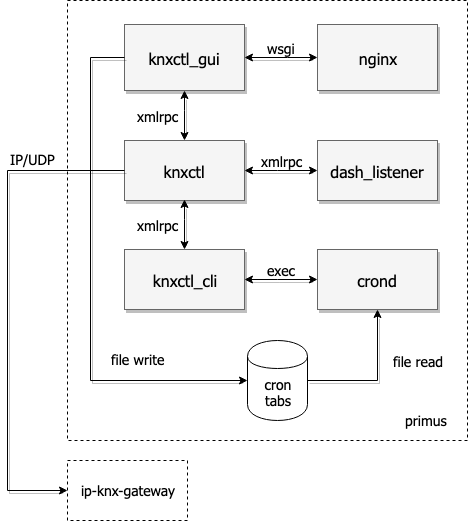
majes-github/knxctl keeps this draw.io diagram as knxctl.png. Above is the earlier version. Source tidied: cells renumbered, new cells last; positions are measured from the earlier drawing's top-left corner, leaving out a move shared by most shapes.
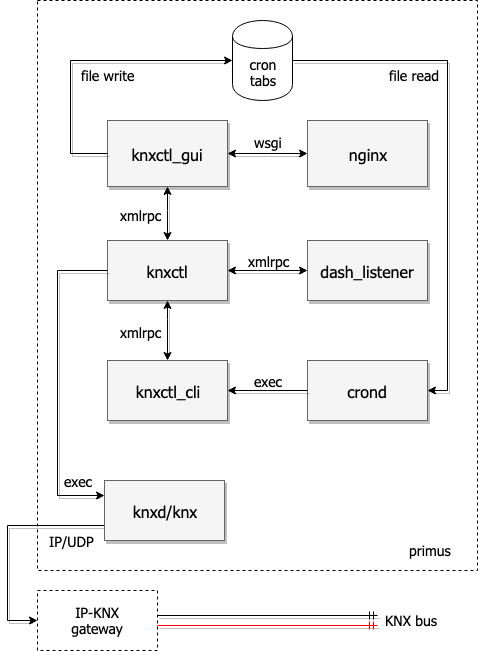
After the commit.

The edit, as a diff of the source:
```diff
@@ -3,28 +3,24 @@
     <mxCell id="0" style="html=1;" />
     <mxCell id="1" style="html=1;" parent="0" />
     <mxCell id="2" style="rounded=0;whiteSpace=wrap;html=1;fontFamily=Tahoma;fontSize=14;dashed=1;" parent="1" vertex="1">
-      <mxGeometry x="144" width="400" height="440" as="geometry" />
+      <mxGeometry x="134" y="-100" width="440" height="570" as="geometry" />
     </mxCell>
-    <mxCell id="3" style="edgeStyle=elbowEdgeStyle;rounded=0;html=1;startArrow=classic;startFill=1;jettySize=auto;fontSize=16;elbow=vertical;entryX=0;entryY=0.5;entryDx=0;entryDy=0;exitX=1;exitY=0.5;exitDx=0;exitDy=0;shadow=1;fontFamily=Tahoma;" parent="1" edge="1" source="5" target="7">
-      <mxGeometry relative="1" as="geometry">
-        <Array as="points">
-          <mxPoint x="364" y="57" />
-        </Array>
-      </mxGeometry>
+    <mxCell id="3" style="edgeStyle=elbowEdgeStyle;rounded=0;html=1;startArrow=classic;startFill=1;jettySize=auto;fontSize=16;elbow=vertical;shadow=1;fontFamily=Tahoma;entryX=0;entryY=0.5;entryDx=0;entryDy=0;exitX=1;exitY=0.5;exitDx=0;exitDy=0;" parent="1" edge="1" source="5" target="7">
+      <mxGeometry relative="1" as="geometry" />
     </mxCell>
     <mxCell id="4" value="wsgi" style="text;html=1;align=center;verticalAlign=middle;labelBackgroundColor=#ffffff;fontFamily=Tahoma;fontSize=14;" parent="3" vertex="1">
       <mxGeometry x="0.18" y="-37" relative="1" as="geometry">
-        <mxPoint x="-6.5" y="-47" as="offset" />
+        <mxPoint x="-6.5" y="-49" as="offset" />
       </mxGeometry>
     </mxCell>
     <mxCell id="5" value="knxctl_gui" style="whiteSpace=wrap;html=1;shadow=1;fontSize=16;fillColor=#f5f5f5;strokeColor=#666666;fontFamily=Tahoma;" parent="1" vertex="1">
-      <mxGeometry x="201" y="24" width="120" height="66" as="geometry" />
+      <mxGeometry x="204" y="20" width="120" height="66" as="geometry" />
     </mxCell>
     <mxCell id="6" value="knxctl" style="whiteSpace=wrap;html=1;shadow=1;fontSize=16;fillColor=#f5f5f5;strokeColor=#666666;fontFamily=Tahoma;" parent="1" vertex="1">
-      <mxGeometry x="201" y="140" width="120" height="60" as="geometry" />
+      <mxGeometry x="204" y="140" width="120" height="60" as="geometry" />
     </mxCell>
     <mxCell id="7" value="nginx" style="whiteSpace=wrap;html=1;shadow=1;fontSize=16;fillColor=#f5f5f5;strokeColor=#666666;fontFamily=Tahoma;" parent="1" vertex="1">
-      <mxGeometry x="394" y="24" width="120" height="66" as="geometry" />
+      <mxGeometry x="404" y="20" width="120" height="66" as="geometry" />
     </mxCell>
     <mxCell id="8" style="edgeStyle=elbowEdgeStyle;rounded=0;html=1;startArrow=classic;startFill=1;jettySize=auto;fontSize=16;elbow=vertical;entryX=0.5;entryY=0;entryDx=0;entryDy=0;exitX=0.5;exitY=1;exitDx=0;exitDy=0;shadow=1;fontFamily=Tahoma;" parent="1" edge="1" source="5" target="6">
       <mxGeometry relative="1" as="geometry">
@@ -40,11 +36,10 @@
       </mxGeometry>
     </mxCell>
     <mxCell id="10" value="knxctl_cli" style="whiteSpace=wrap;html=1;shadow=1;fontSize=16;fillColor=#f5f5f5;strokeColor=#666666;fontFamily=Tahoma;" parent="1" vertex="1">
-      <mxGeometry x="201" y="249" width="120" height="60" as="geometry" />
+      <mxGeometry x="204" y="260" width="120" height="60" as="geometry" />
     </mxCell>
-    <mxCell id="11" style="edgeStyle=elbowEdgeStyle;rounded=0;html=1;startArrow=classic;startFill=1;jettySize=auto;fontSize=16;elbow=vertical;entryX=0.5;entryY=0;entryDx=0;entryDy=0;shadow=1;fontFamily=Tahoma;" parent="1" edge="1" target="10">
+    <mxCell id="11" style="edgeStyle=elbowEdgeStyle;rounded=0;html=1;startArrow=classic;startFill=1;jettySize=auto;fontSize=16;elbow=vertical;shadow=1;fontFamily=Tahoma;entryX=0.5;entryY=0;entryDx=0;entryDy=0;exitX=0.5;exitY=1;exitDx=0;exitDy=0;" parent="1" edge="1" source="6" target="10">
       <mxGeometry relative="1" as="geometry">
-        <mxPoint x="261" y="199" as="sourcePoint" />
         <Array as="points">
           <mxPoint x="274" y="219" />
           <mxPoint x="374" y="176" />
@@ -57,17 +52,20 @@
       </mxGeometry>
     </mxCell>
     <mxCell id="13" value="&lt;font style=&quot;font-size: 16px&quot;&gt;dash_listener&lt;/font&gt;" style="whiteSpace=wrap;html=1;shadow=1;fontSize=16;fillColor=#f5f5f5;strokeColor=#666666;fontFamily=Tahoma;" parent="1" vertex="1">
-      <mxGeometry x="394" y="140" width="120" height="60" as="geometry" />
+      <mxGeometry x="404" y="140" width="120" height="60" as="geometry" />
     </mxCell>
     <mxCell id="14" value="crond" style="whiteSpace=wrap;html=1;shadow=1;fontSize=16;fillColor=#f5f5f5;strokeColor=#666666;fontFamily=Tahoma;" parent="1" vertex="1">
-      <mxGeometry x="394" y="249" width="120" height="60" as="geometry" />
+      <mxGeometry x="404" y="260" width="120" height="60" as="geometry" />
     </mxCell>
     <mxCell id="15" value="cron&lt;br&gt;tabs" style="shape=cylinder;whiteSpace=wrap;html=1;boundedLbl=1;backgroundOutline=1;fontFamily=Tahoma;fontSize=14;" parent="1" vertex="1">
-      <mxGeometry x="324" y="340" width="60" height="80" as="geometry" />
+      <mxGeometry x="329" y="-80" width="60" height="80" as="geometry" />
     </mxCell>
-    <mxCell id="16" style="edgeStyle=elbowEdgeStyle;rounded=0;html=1;startArrow=none;startFill=0;jettySize=auto;fontSize=16;elbow=vertical;entryX=0.5;entryY=1;entryDx=0;entryDy=0;shadow=1;fontFamily=Tahoma;exitX=1;exitY=0.5;exitDx=0;exitDy=0;" parent="1" edge="1" source="15" target="14">
+    <mxCell id="16" style="edgeStyle=elbowEdgeStyle;rounded=0;html=1;startArrow=none;startFill=0;jettySize=auto;fontSize=16;elbow=vertical;entryX=1;entryY=0.5;entryDx=0;entryDy=0;shadow=1;fontFamily=Tahoma;exitX=1;exitY=0.5;exitDx=0;exitDy=0;" parent="1" edge="1" source="15" target="14">
       <mxGeometry relative="1" as="geometry">
         <Array as="points">
+          <mxPoint x="544" y="140" />
+          <mxPoint x="544" y="410" />
+          <mxPoint x="534" y="370" />
           <mxPoint x="414" y="380" />
           <mxPoint x="577" y="186" />
         </Array>
@@ -75,7 +73,7 @@
     </mxCell>
     <mxCell id="17" value="file read" style="text;html=1;align=center;verticalAlign=middle;labelBackgroundColor=#ffffff;fontFamily=Tahoma;fontSize=14;" parent="16" vertex="1">
       <mxGeometry x="0.18" y="-37" relative="1" as="geometry">
-        <mxPoint x="3" y="-7" as="offset" />
+        <mxPoint x="3" y="-128" as="offset" />
       </mxGeometry>
     </mxCell>
     <mxCell id="18" style="edgeStyle=elbowEdgeStyle;rounded=0;html=1;startArrow=none;startFill=0;jettySize=auto;fontSize=16;elbow=vertical;entryX=0;entryY=0.5;entryDx=0;entryDy=0;shadow=1;fontFamily=Tahoma;exitX=0;exitY=0.5;exitDx=0;exitDy=0;" parent="1" edge="1" source="5" target="15">
@@ -88,11 +86,12 @@
     </mxCell>
     <mxCell id="19" value="file write" style="text;html=1;align=center;verticalAlign=middle;labelBackgroundColor=#ffffff;fontFamily=Tahoma;fontSize=14;" parent="18" vertex="1">
       <mxGeometry x="0.18" y="-37" relative="1" as="geometry">
-        <mxPoint x="84" y="32" as="offset" />
+        <mxPoint x="-5" y="-23" as="offset" />
       </mxGeometry>
     </mxCell>
-    <mxCell id="20" style="edgeStyle=elbowEdgeStyle;rounded=0;html=1;startArrow=classic;startFill=1;jettySize=auto;fontSize=16;elbow=vertical;entryX=0;entryY=0.5;entryDx=0;entryDy=0;shadow=1;fontFamily=Tahoma;exitX=1;exitY=0.5;exitDx=0;exitDy=0;" parent="1" edge="1" source="6" target="13">
+    <mxCell id="20" style="edgeStyle=elbowEdgeStyle;rounded=0;html=1;startArrow=classic;startFill=1;jettySize=auto;fontSize=16;elbow=vertical;shadow=1;fontFamily=Tahoma;exitX=1;exitY=0.5;exitDx=0;exitDy=0;" parent="1" edge="1" source="6">
       <mxGeometry relative="1" as="geometry">
+        <mxPoint x="404" y="170" as="targetPoint" />
         <Array as="points">
           <mxPoint x="354" y="170" />
           <mxPoint x="477" y="187" />
@@ -105,14 +104,22 @@
       </mxGeometry>
     </mxCell>
     <mxCell id="22" value="primus" style="text;html=1;align=left;verticalAlign=top;spacingTop=-4;fontSize=14;fontFamily=Tahoma;" parent="1" vertex="1">
-      <mxGeometry x="480" y="410" width="60" height="20" as="geometry" />
+      <mxGeometry x="504" y="440" width="60" height="20" as="geometry" />
     </mxCell>
+    <mxCell id="28" style="edgeStyle=orthogonalEdgeStyle;rounded=0;orthogonalLoop=1;jettySize=auto;html=1;exitX=1;exitY=0.25;exitDx=0;exitDy=0;shadow=1;startArrow=none;startFill=0;fontFamily=Tahoma;fontSize=14;endArrow=ERmandOne;endFill=0;" parent="1" edge="1">
+      <mxGeometry relative="1" as="geometry">
+        <mxPoint x="254" y="515" as="sourcePoint" />
+        <mxPoint x="474" y="515" as="targetPoint" />
+      </mxGeometry>
+    </mxCell>
-    <mxCell id="23" value="ip-knx-gateway" style="rounded=0;whiteSpace=wrap;html=1;dashed=1;fontFamily=Tahoma;fontSize=14;" parent="1" vertex="1">
-      <mxGeometry x="144" y="460" width="120" height="60" as="geometry" />
+    <mxCell id="23" value="IP-KNX&lt;br&gt;gateway" style="rounded=0;whiteSpace=wrap;html=1;dashed=1;fontFamily=Tahoma;fontSize=14;" parent="1" vertex="1">
+      <mxGeometry x="134" y="490" width="120" height="60" as="geometry" />
     </mxCell>
-    <mxCell id="24" style="edgeStyle=elbowEdgeStyle;rounded=0;html=1;startArrow=none;startFill=0;jettySize=auto;fontSize=16;elbow=vertical;entryX=0;entryY=0.5;entryDx=0;entryDy=0;shadow=1;fontFamily=Tahoma;exitX=0;exitY=0.5;exitDx=0;exitDy=0;" parent="1" edge="1" source="6" target="23">
+    <mxCell id="24" style="edgeStyle=elbowEdgeStyle;rounded=0;html=1;startArrow=none;startFill=0;jettySize=auto;fontSize=16;elbow=vertical;entryX=0;entryY=0.5;entryDx=0;entryDy=0;shadow=1;fontFamily=Tahoma;exitX=0;exitY=0.75;exitDx=0;exitDy=0;" parent="1" edge="1" source="31" target="23">
       <mxGeometry relative="1" as="geometry">
         <Array as="points">
+          <mxPoint x="104" y="470" />
+          <mxPoint x="44" y="340" />
           <mxPoint x="84" y="300" />
           <mxPoint x="94" y="450" />
           <mxPoint x="64" y="280" />
@@ -124,13 +131,14 @@
     </mxCell>
     <mxCell id="25" value="IP/UDP" style="text;html=1;align=center;verticalAlign=middle;labelBackgroundColor=#ffffff;fontFamily=Tahoma;fontSize=14;" parent="24" vertex="1">
       <mxGeometry x="0.18" y="-37" relative="1" as="geometry">
-        <mxPoint x="62" y="-188" as="offset" />
+        <mxPoint x="101" y="-19" as="offset" />
       </mxGeometry>
     </mxCell>
-    <mxCell id="26" style="edgeStyle=elbowEdgeStyle;rounded=0;html=1;startArrow=classic;startFill=1;jettySize=auto;fontSize=16;elbow=vertical;shadow=1;fontFamily=Tahoma;entryX=0;entryY=0.5;entryDx=0;entryDy=0;exitX=1;exitY=0.5;exitDx=0;exitDy=0;" parent="1" edge="1" source="10" target="14">
+    <mxCell id="26" style="edgeStyle=elbowEdgeStyle;rounded=0;html=1;startArrow=classic;startFill=1;jettySize=auto;fontSize=16;elbow=vertical;shadow=1;fontFamily=Tahoma;exitX=1;exitY=0.5;exitDx=0;exitDy=0;endArrow=none;endFill=0;" parent="1" edge="1" source="10">
       <mxGeometry relative="1" as="geometry">
+        <mxPoint x="404" y="290" as="targetPoint" />
         <Array as="points">
-          <mxPoint x="354" y="279" />
+          <mxPoint x="364" y="290" />
           <mxPoint x="480" y="295" />
         </Array>
       </mxGeometry>
@@ -140,5 +148,30 @@
         <mxPoint x="-6.5" y="-47" as="offset" />
       </mxGeometry>
     </mxCell>
+    <mxCell id="29" style="edgeStyle=orthogonalEdgeStyle;rounded=0;orthogonalLoop=1;jettySize=auto;html=1;exitX=1;exitY=0.75;exitDx=0;exitDy=0;shadow=1;startArrow=none;startFill=0;fontFamily=Tahoma;fontSize=14;endArrow=ERmandOne;endFill=0;strokeColor=#FF0000;" parent="1" edge="1">
+      <mxGeometry relative="1" as="geometry">
+        <mxPoint x="254" y="525" as="sourcePoint" />
+        <mxPoint x="474" y="525" as="targetPoint" />
+      </mxGeometry>
+    </mxCell>
+    <mxCell id="30" value="KNX bus" style="text;html=1;strokeColor=none;fillColor=none;align=center;verticalAlign=middle;whiteSpace=wrap;rounded=0;dashed=1;fontFamily=Tahoma;fontSize=14;" parent="1" vertex="1">
+      <mxGeometry x="478" y="510" width="60" height="20" as="geometry" />
+    </mxCell>
+    <mxCell id="31" value="knxd/knx" style="whiteSpace=wrap;html=1;shadow=1;fontSize=16;fillColor=#f5f5f5;strokeColor=#666666;fontFamily=Tahoma;" parent="1" vertex="1">
+      <mxGeometry x="201" y="380" width="120" height="60" as="geometry" />
+    </mxCell>
+    <mxCell id="32" style="edgeStyle=elbowEdgeStyle;rounded=0;html=1;startArrow=none;startFill=0;jettySize=auto;fontSize=16;elbow=vertical;shadow=1;fontFamily=Tahoma;entryX=0;entryY=0.25;entryDx=0;entryDy=0;exitX=0;exitY=0.5;exitDx=0;exitDy=0;" parent="1" edge="1" source="6" target="31">
+      <mxGeometry relative="1" as="geometry">
+        <Array as="points">
+          <mxPoint x="154" y="280" />
+          <mxPoint x="274" y="186" />
+        </Array>
+      </mxGeometry>
+    </mxCell>
+    <mxCell id="33" value="exec" style="text;html=1;align=center;verticalAlign=middle;labelBackgroundColor=#ffffff;fontFamily=Tahoma;fontSize=14;" parent="32" vertex="1">
+      <mxGeometry x="0.18" y="-37" relative="1" as="geometry">
+        <mxPoint x="57" y="70" as="offset" />
+      </mxGeometry>
+    </mxCell>
   </root>
 </mxGraphModel>
```
